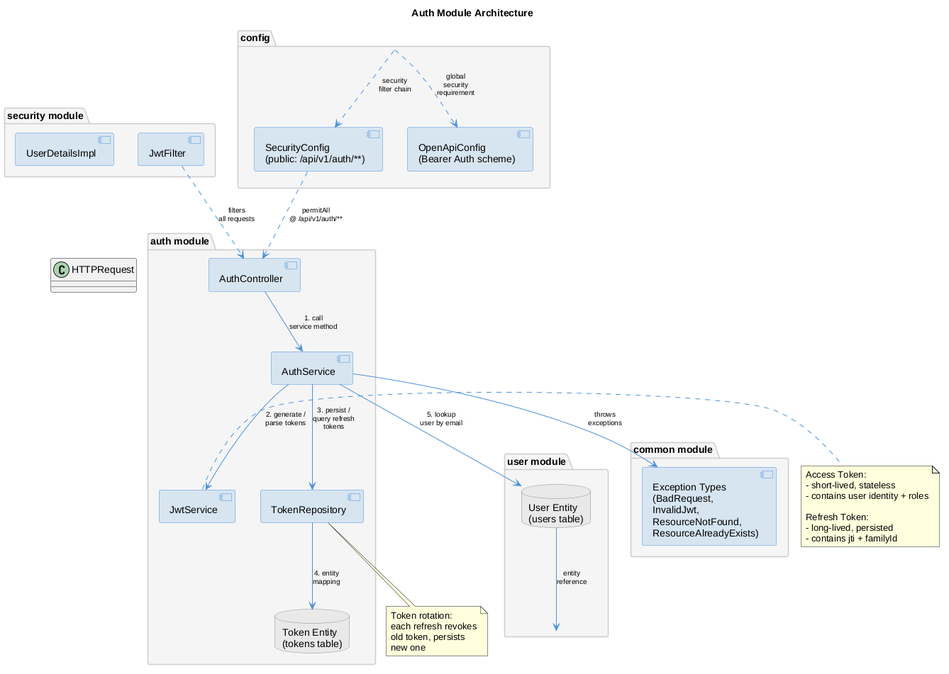
This is docs/auth/auth-architecture.png from genesshoan/fitness-tracker-api, a PlantUML export, as it was before one commit. Source of this version:
```plantuml
@startuml auth-architecture

title Auth Module Architecture

skinparam componentStyle uml2
skinparam backgroundColor #FEFEFE
skinparam component {
    BackgroundColor #D6E4F0
    BorderColor #4A90D9
}
skinparam database {
    BackgroundColor #E8E8E8
    BorderColor #888888
}
skinparam node {
    BackgroundColor #F0F0F0
    BorderColor #AAAAAA
}
skinparam package {
    BackgroundColor #F5F5F5
    BorderColor #CCCCCC
}

package "auth module" as authmod {

    component "AuthController" as ctrl {
    }

    component "AuthService" as svc {
    }

    component "JwtService" as jwt {
    }

    component "TokenRepository" as repo {
    }

    database "Token Entity\n(tokens table)" as token {
    }
}

package "user module" as usermod {
    database "User Entity\n(users table)" as user {
    }
}

package "security module" as secmod {
    component "UserDetailsImpl" as udi {
    }

    component "JwtFilter" as jf {
    }
}

package "common module" as commod {
    component "Exception Types\n(BadRequest,\nInvalidJwt,\nResourceNotFound,\nResourceAlreadyExists)" as exc {
    }
}

package "config" as cfg {
    component "SecurityConfig\n(public: /api/v1/auth/**)" as sc {
    }

    component "OpenApiConfig\n(Bearer Auth scheme)" as oc {
    }
}

skinparam arrowColor #4A90D9
skinparam arrowFontSize 10

HTTPRequest -[hidden]> ctrl : HTTP\nRequest

sc ..> ctrl : permitAll\n@ /api/v1/auth/**
jf ..> ctrl : filters\nall requests

ctrl --> svc : 1. call\nservice method
svc --> jwt : 2. generate /\nparse tokens
svc --> repo : 3. persist /\nquery refresh\ntokens
repo --> token : 4. entity\nmapping
svc --> user : 5. lookup\nuser by email
user --> usermod : entity\nreference
svc --> exc : throws\nexceptions

cfg ..> sc : security\nfilter chain
cfg ..> oc : global\nsecurity\nrequirement

note right of jwt
  Access Token:
  - short-lived, stateless
  - contains user identity + roles

  Refresh Token:
  - long-lived, persisted
  - contains jti + familyId
end note

note bottom of repo
  Token rotation:
  each refresh revokes
  old token, persists
  new one
end note

@enduml
```
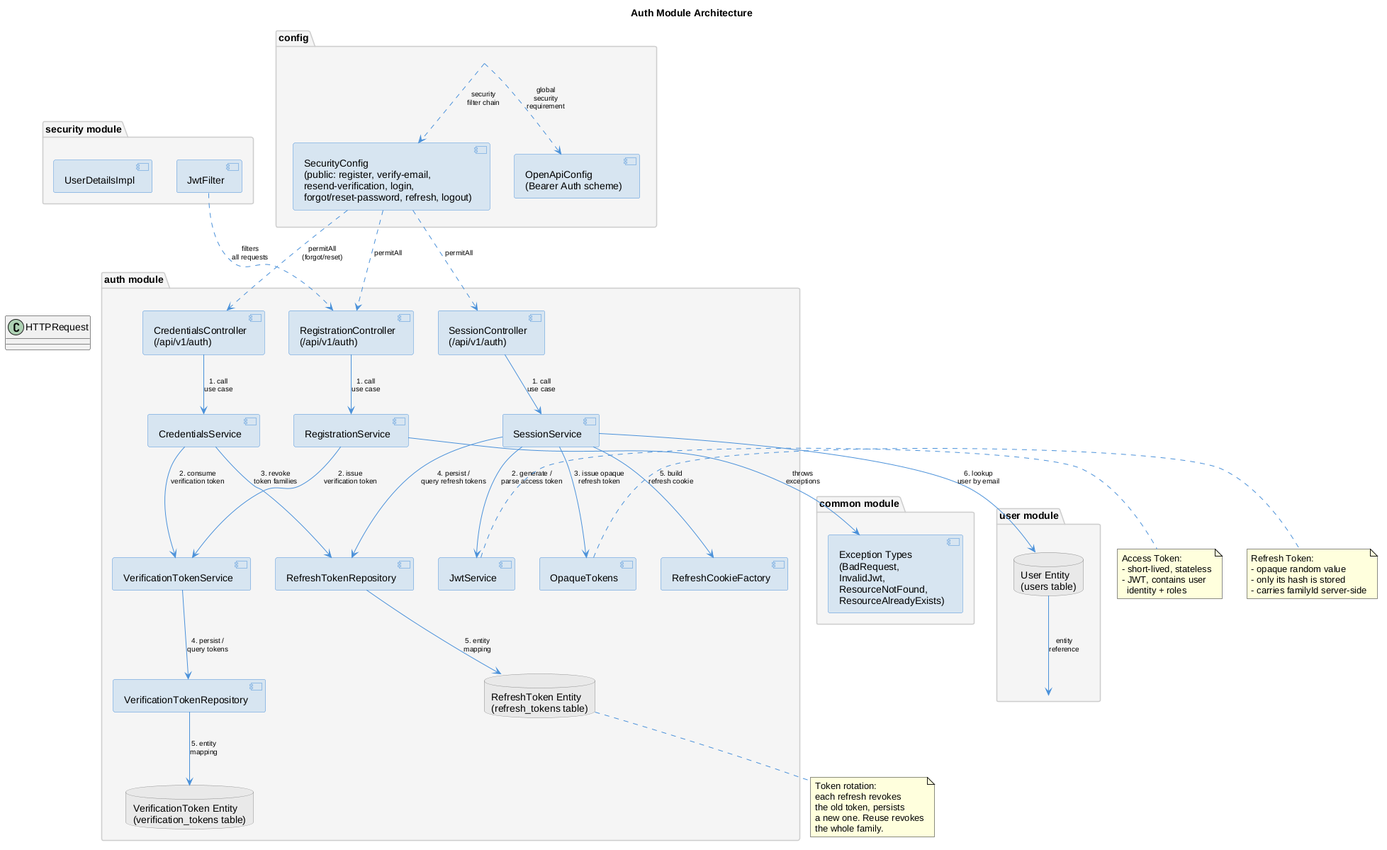
The same file after the commit.

The edit, as a diff of the source:
```diff
@@ -23,19 +23,46 @@
 
 package "auth module" as authmod {
 
-    component "AuthController" as ctrl {
+    component "RegistrationController\n(/api/v1/auth)" as regctrl {
     }
 
-    component "AuthService" as svc {
+    component "SessionController\n(/api/v1/auth)" as sessctrl {
+    }
+
+    component "CredentialsController\n(/api/v1/auth)" as credctrl {
+    }
+
+    component "RegistrationService" as regsvc {
+    }
+
+    component "SessionService" as sesssvc {
+    }
+
+    component "CredentialsService" as credsvc {
+    }
+
+    component "VerificationTokenService" as verifsvc {
     }
 
     component "JwtService" as jwt {
     }
 
-    component "TokenRepository" as repo {
+    component "OpaqueTokens" as opaque {
     }
 
-    database "Token Entity\n(tokens table)" as token {
+    component "RefreshTokenRepository" as rtrepo {
+    }
+
+    component "VerificationTokenRepository" as vtrepo {
+    }
+
+    component "RefreshCookieFactory" as cookie {
+    }
+
+    database "RefreshToken Entity\n(refresh_tokens table)" as rt {
+    }
+
+    database "VerificationToken Entity\n(verification_tokens table)" as vt {
     }
 }
 
@@ -58,7 +85,7 @@
 }
 
 package "config" as cfg {
-    component "SecurityConfig\n(public: /api/v1/auth/**)" as sc {
+    component "SecurityConfig\n(public: register, verify-email,\nresend-verification, login,\nforgot/reset-password, refresh, logout)" as sc {
     }
 
     component "OpenApiConfig\n(Bearer Auth scheme)" as oc {
@@ -68,18 +95,32 @@
 skinparam arrowColor #4A90D9
 skinparam arrowFontSize 10
 
-HTTPRequest -[hidden]> ctrl : HTTP\nRequest
+HTTPRequest -[hidden]> regctrl : HTTP\nRequest
+HTTPRequest -[hidden]> sessctrl : HTTP\nRequest
+HTTPRequest -[hidden]> credctrl : HTTP\nRequest
 
-sc ..> ctrl : permitAll\n@ /api/v1/auth/**
-jf ..> ctrl : filters\nall requests
+sc ..> regctrl : permitAll
+sc ..> sessctrl : permitAll
+sc ..> credctrl : permitAll\n(forgot/reset)
+jf ..> regctrl : filters\nall requests
 
-ctrl --> svc : 1. call\nservice method
-svc --> jwt : 2. generate /\nparse tokens
-svc --> repo : 3. persist /\nquery refresh\ntokens
-repo --> token : 4. entity\nmapping
-svc --> user : 5. lookup\nuser by email
+regctrl --> regsvc : 1. call\nuse case
+sessctrl --> sesssvc : 1. call\nuse case
+credctrl --> credsvc : 1. call\nuse case
+
+regsvc --> verifsvc : 2. issue\nverification token
+sesssvc --> jwt : 2. generate /\nparse access token
+sesssvc --> opaque : 3. issue opaque\nrefresh token
+sesssvc --> rtrepo : 4. persist /\nquery refresh tokens
+sesssvc --> cookie : 5. build\nrefresh cookie
+credsvc --> verifsvc : 2. consume\nverification token
+credsvc --> rtrepo : 3. revoke\ntoken families
+verifsvc --> vtrepo : 4. persist /\nquery tokens
+rtrepo --> rt : 5. entity\nmapping
+vtrepo --> vt : 5. entity\nmapping
+sesssvc --> user : 6. lookup\nuser by email
 user --> usermod : entity\nreference
-svc --> exc : throws\nexceptions
+regsvc --> exc : throws\nexceptions
 
 cfg ..> sc : security\nfilter chain
 cfg ..> oc : global\nsecurity\nrequirement
@@ -87,18 +128,23 @@
 note right of jwt
   Access Token:
   - short-lived, stateless
-  - contains user identity + roles
-
-  Refresh Token:
-  - long-lived, persisted
-  - contains jti + familyId
+  - JWT, contains user
+    identity + roles
 end note
 
-note bottom of repo
+note right of opaque
+  Refresh Token:
+  - opaque random value
+  - only its hash is stored
+  - carries familyId server-side
+end note
+
+note bottom of rt
   Token rotation:
   each refresh revokes
-  old token, persists
-  new one
+  the old token, persists
+  a new one. Reuse revokes
+  the whole family.
 end note
 
 @enduml
```
